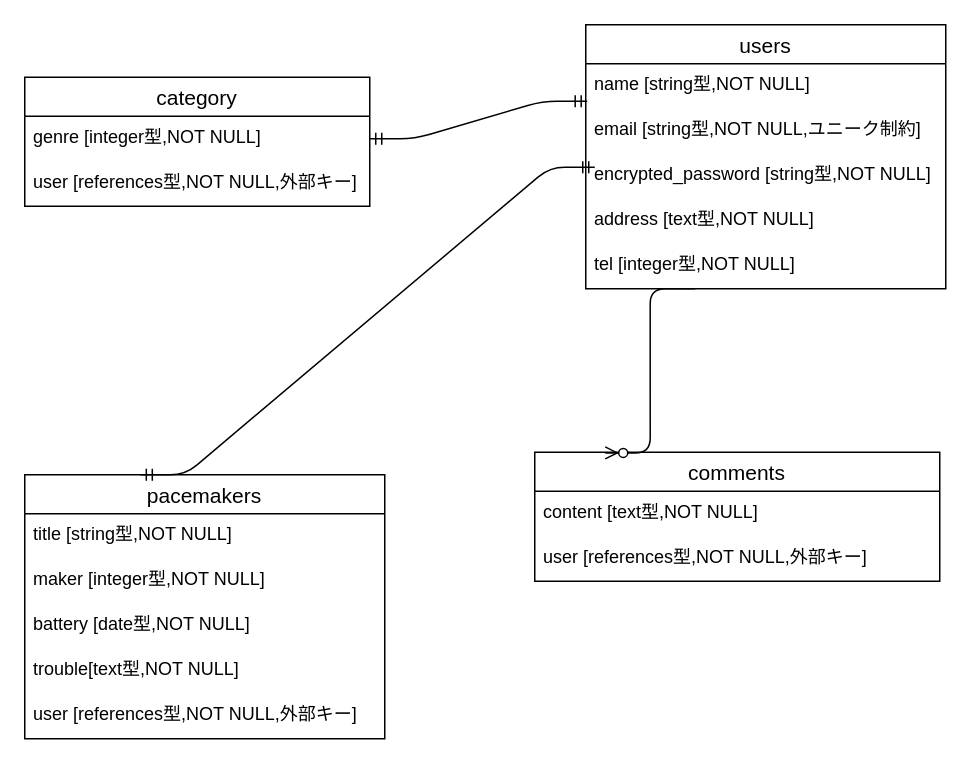
tokuno-masahiko/pacemaker-38423 keeps this draw.io diagram as ER.dio. Above is the earlier version. Source tidied: cells renumbered, new cells numbered last; positions are measured from the earlier drawing's top-left corner, leaving out a move shared by most shapes. Both pictures are drawn from the tidied source at 150%, with x=0, y=0 at pixel (24, 24).
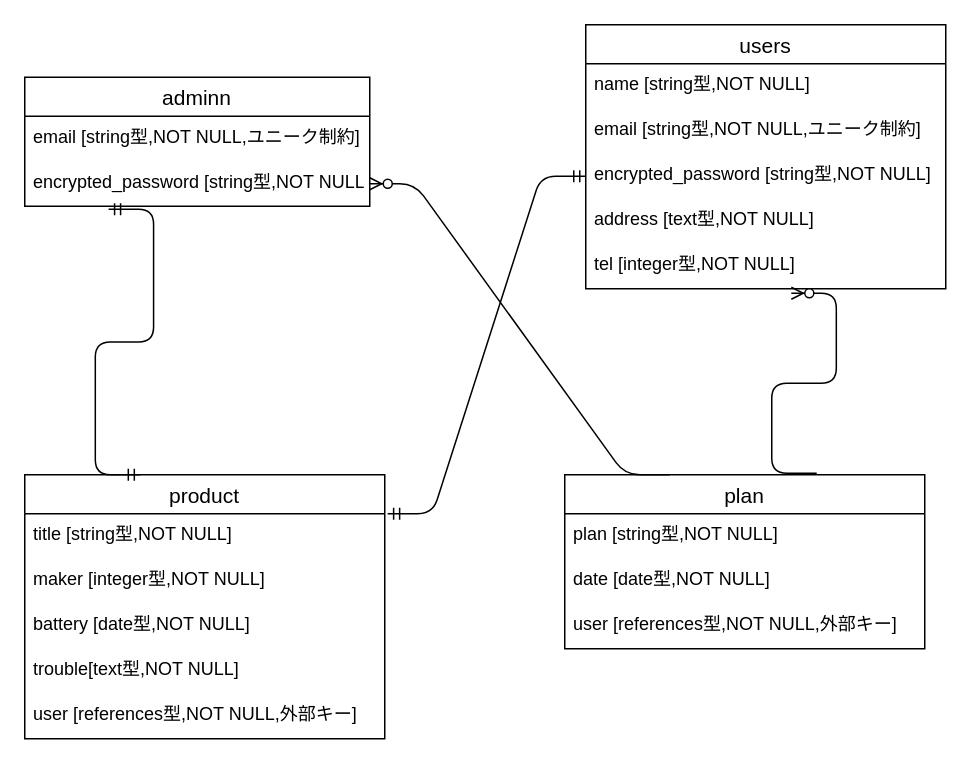
The same page after the edit.

Unchanged cells that the change refers to:
```xml
<mxCell id="3" value="name [string型,NOT NULL]" style="text;strokeColor=none;fillColor=none;spacingLeft=4;spacingRight=4;overflow=hidden;points=[[0,0.5],[1,0.5]];portConstraint=eastwest;fontSize=12;" parent="2" vertex="1">
  <mxGeometry y="26" width="240" height="30" as="geometry" />
</mxCell>
<mxCell id="5" value="encrypted_password [string型,NOT NULL]" style="text;strokeColor=none;fillColor=none;spacingLeft=4;spacingRight=4;overflow=hidden;points=[[0,0.5],[1,0.5]];portConstraint=eastwest;fontSize=12;" parent="2" vertex="1">
  <mxGeometry y="86" width="240" height="30" as="geometry" />
</mxCell>
<mxCell id="7" value="tel [integer型,NOT NULL]" style="text;strokeColor=none;fillColor=none;spacingLeft=4;spacingRight=4;overflow=hidden;points=[[0,0.5],[1,0.5]];portConstraint=eastwest;fontSize=12;" parent="2" vertex="1">
  <mxGeometry y="146" width="240" height="30" as="geometry" />
</mxCell>
<mxCell id="12" value="title [string型,NOT NULL]" style="text;strokeColor=none;fillColor=none;spacingLeft=4;spacingRight=4;overflow=hidden;points=[[0,0.5],[1,0.5]];portConstraint=eastwest;fontSize=12;" parent="11" vertex="1">
  <mxGeometry y="26" width="240" height="30" as="geometry" />
</mxCell>
```

Change to the diagram source:
```diff
@@
-    <mxCell id="8" value="category" style="swimlane;fontStyle=0;horizontal=1;startSize=26;align=center;fontSize=14;" parent="1" vertex="1">
+    <mxCell id="8" value="adminn" style="swimlane;fontStyle=0;horizontal=1;startSize=26;align=center;fontSize=14;" parent="1" vertex="1">
       <mxGeometry y="35" width="230" height="86" as="geometry" />
     </mxCell>
-    <mxCell id="9" value="genre [integer型,NOT NULL]" style="text;strokeColor=none;fillColor=none;spacingLeft=4;spacingRight=4;overflow=hidden;points=[[0,0.5],[1,0.5]];portConstraint=eastwest;fontSize=12;" parent="8" vertex="1">
+    <mxCell id="9" value="email [string型,NOT NULL,ユニーク制約]" style="text;strokeColor=none;fillColor=none;spacingLeft=4;spacingRight=4;overflow=hidden;points=[[0,0.5],[1,0.5]];portConstraint=eastwest;fontSize=12;" parent="8" vertex="1">
       <mxGeometry y="26" width="230" height="30" as="geometry" />
     </mxCell>
-    <mxCell id="10" value="user [references型,NOT NULL,外部キー]" style="text;strokeColor=none;fillColor=none;spacingLeft=4;spacingRight=4;overflow=hidden;points=[[0,0.5],[1,0.5]];portConstraint=eastwest;fontSize=12;" parent="8" vertex="1">
+    <mxCell id="10" value="encrypted_password [string型,NOT NULL]" style="text;strokeColor=none;fillColor=none;spacingLeft=4;spacingRight=4;overflow=hidden;points=[[0,0.5],[1,0.5]];portConstraint=eastwest;fontSize=12;" parent="8" vertex="1">
       <mxGeometry y="56" width="230" height="30" as="geometry" />
     </mxCell>
-    <mxCell id="11" value="pacemakers" style="swimlane;fontStyle=0;horizontal=1;startSize=26;align=center;fontSize=14;" parent="1" vertex="1">
+    <mxCell id="11" value="product" style="swimlane;fontStyle=0;horizontal=1;startSize=26;align=center;fontSize=14;" parent="1" vertex="1">
       <mxGeometry y="300" width="240" height="176" as="geometry" />
     </mxCell>
@@
-    <mxCell id="17" value="comments" style="swimlane;fontStyle=0;horizontal=1;startSize=26;align=center;fontSize=14;" parent="1" vertex="1">
-      <mxGeometry x="340" y="285" width="270" height="86" as="geometry" />
-    </mxCell>
-    <mxCell id="18" value="content [text型,NOT NULL]" style="text;strokeColor=none;fillColor=none;spacingLeft=4;spacingRight=4;overflow=hidden;fontSize=12;" parent="17" vertex="1">
-      <mxGeometry y="26" width="270" height="30" as="geometry" />
-    </mxCell>
+    <mxCell id="21" style="edgeStyle=entityRelationEdgeStyle;fontSize=12;html=1;endArrow=ERmandOne;startArrow=ERmandOne;exitX=0.321;exitY=0;exitDx=0;exitDy=0;exitPerimeter=0;entryX=0.243;entryY=1.067;entryDx=0;entryDy=0;entryPerimeter=0;" parent="1" edge="1" source="11" target="10">
+      <mxGeometry relative="1" as="geometry" />
+    </mxCell>
+    <mxCell id="23" value="plan" style="swimlane;fontStyle=0;horizontal=1;startSize=26;align=center;fontSize=14;" parent="1" vertex="1">
+      <mxGeometry x="360" y="300" width="240" height="116" as="geometry" />
+    </mxCell>
+    <mxCell id="24" value="plan [string型,NOT NULL]" style="text;strokeColor=none;fillColor=none;spacingLeft=4;spacingRight=4;overflow=hidden;fontSize=12;" parent="23" vertex="1">
+      <mxGeometry y="26" width="240" height="30" as="geometry" />
+    </mxCell>
+    <mxCell id="25" value="date [date型,NOT NULL]" style="text;strokeColor=none;fillColor=none;spacingLeft=4;spacingRight=4;overflow=hidden;fontSize=12;" parent="23" vertex="1">
+      <mxGeometry y="56" width="240" height="30" as="geometry" />
+    </mxCell>
-    <mxCell id="19" value="user [references型,NOT NULL,外部キー]" style="text;strokeColor=none;fillColor=none;spacingLeft=4;spacingRight=4;overflow=hidden;fontSize=12;" parent="17" vertex="1">
-      <mxGeometry y="56" width="270" height="30" as="geometry" />
+    <mxCell id="19" value="user [references型,NOT NULL,外部キー]" style="text;strokeColor=none;fillColor=none;spacingLeft=4;spacingRight=4;overflow=hidden;fontSize=12;" parent="23" vertex="1">
+      <mxGeometry y="86" width="240" height="30" as="geometry" />
     </mxCell>
-    <mxCell id="20" style="edgeStyle=entityRelationEdgeStyle;fontSize=12;html=1;endArrow=ERzeroToMany;endFill=1;exitX=0.304;exitY=1;exitDx=0;exitDy=0;exitPerimeter=0;entryX=0.174;entryY=0.005;entryDx=0;entryDy=0;entryPerimeter=0;" parent="1" edge="1" source="7" target="17">
-      <mxGeometry relative="1" as="geometry" />
-    </mxCell>
-    <mxCell id="21" style="edgeStyle=entityRelationEdgeStyle;fontSize=12;html=1;endArrow=ERmandOne;startArrow=ERmandOne;exitX=0.321;exitY=0;exitDx=0;exitDy=0;exitPerimeter=0;entryX=0.025;entryY=0.3;entryDx=0;entryDy=0;entryPerimeter=0;" parent="1" edge="1" source="11" target="5">
-      <mxGeometry relative="1" as="geometry" />
-    </mxCell>
-    <mxCell id="22" style="edgeStyle=entityRelationEdgeStyle;fontSize=12;html=1;endArrow=ERmandOne;startArrow=ERmandOne;exitX=1;exitY=0.5;exitDx=0;exitDy=0;entryX=0.004;entryY=0.833;entryDx=0;entryDy=0;entryPerimeter=0;" parent="1" edge="1" source="9" target="3">
-      <mxGeometry relative="1" as="geometry" />
-    </mxCell>
+    <mxCell id="26" style="edgeStyle=entityRelationEdgeStyle;fontSize=12;html=1;endArrow=ERmandOne;startArrow=ERmandOne;exitX=1.008;exitY=0;exitDx=0;exitDy=0;exitPerimeter=0;" parent="1" edge="1" source="12" target="5">
+      <mxGeometry relative="1" as="geometry" />
+    </mxCell>
+    <mxCell id="27" style="edgeStyle=entityRelationEdgeStyle;fontSize=12;html=1;endArrow=ERzeroToMany;endFill=1;entryX=0.571;entryY=1.1;entryDx=0;entryDy=0;exitX=0.7;exitY=-0.009;exitDx=0;exitDy=0;exitPerimeter=0;entryPerimeter=0;" parent="1" edge="1" source="23" target="7">
+      <mxGeometry relative="1" as="geometry" />
+    </mxCell>
+    <mxCell id="28" style="edgeStyle=entityRelationEdgeStyle;fontSize=12;html=1;endArrow=ERzeroToMany;endFill=1;exitX=0.292;exitY=0;exitDx=0;exitDy=0;exitPerimeter=0;" parent="1" edge="1" source="23" target="10">
+      <mxGeometry relative="1" as="geometry" />
+    </mxCell>
```
